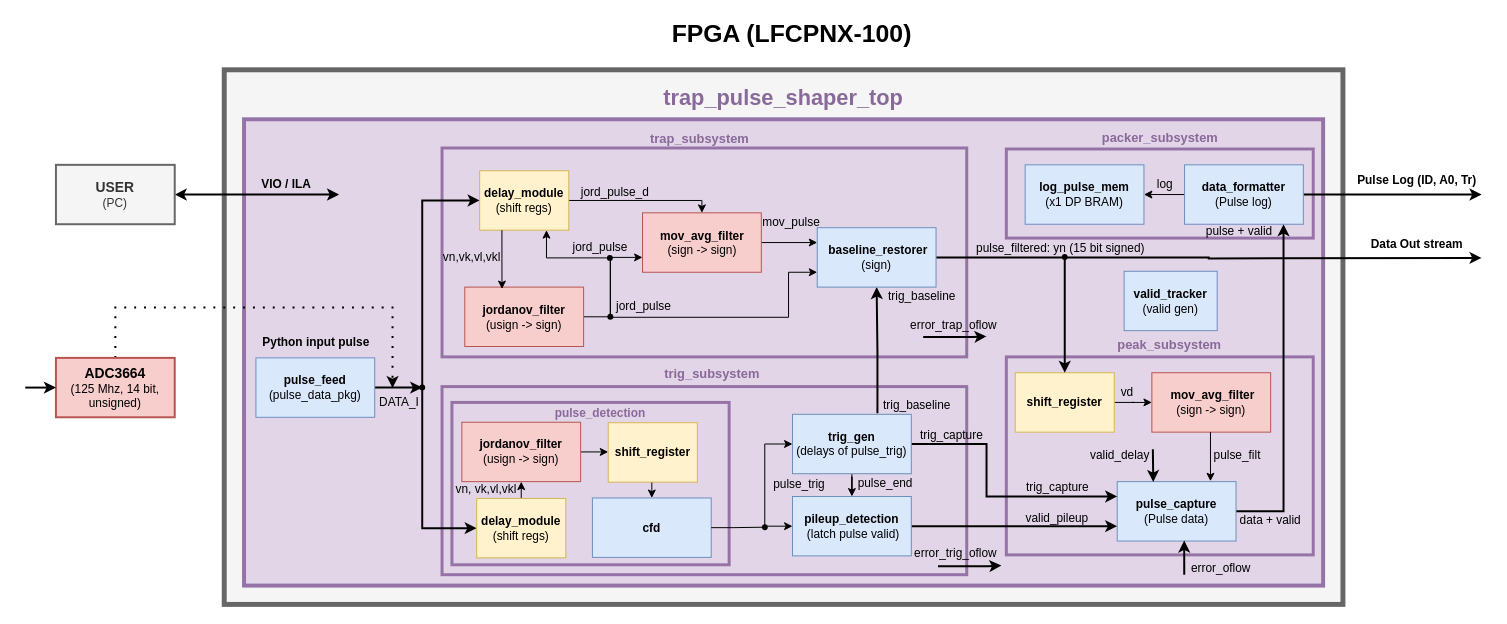
Earlier version of the draw.io diagram docs/Trapezoidal_Pulse_Shaper_BD.drawio (mexarlg/trap_filter). Source tidied: cells renumbered, new cells numbered last; positions are measured from the earlier drawing's top-left corner, leaving out a move shared by most shapes. Both pictures are drawn from the tidied source at 99%, with x=0, y=0 at pixel (25, 17).
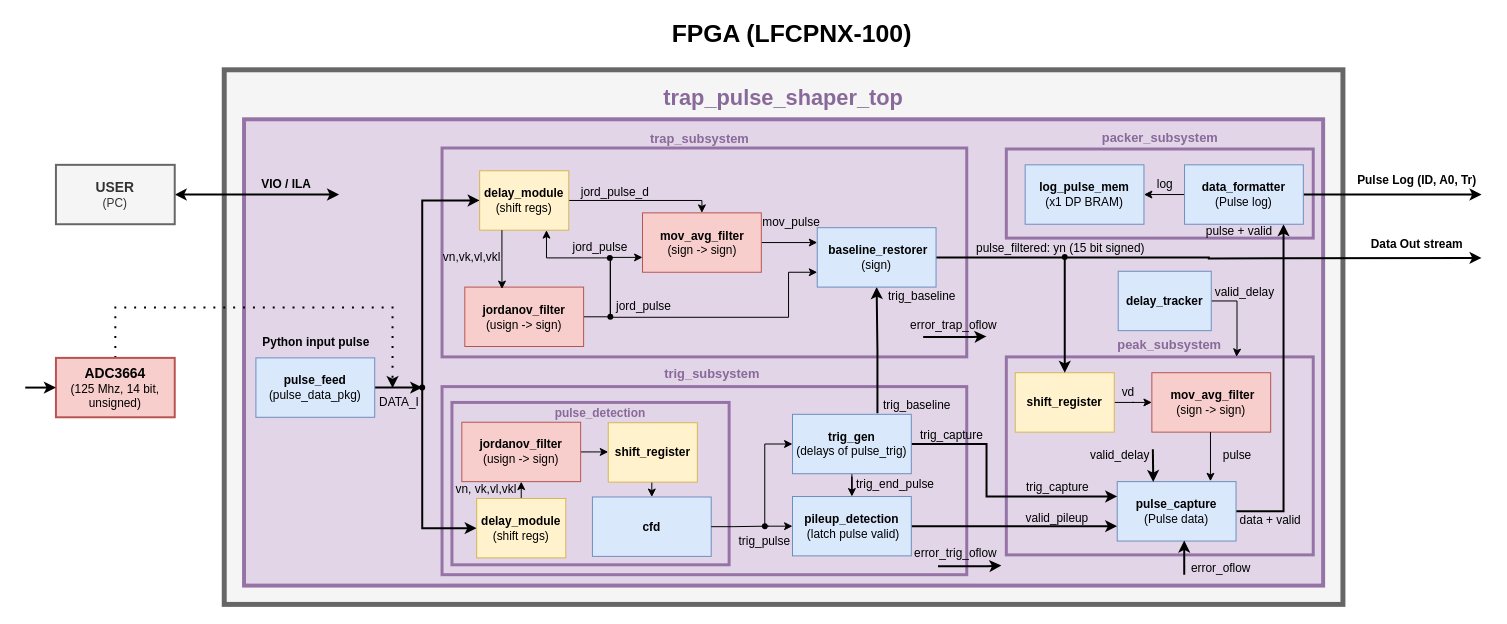
Above is the later version.

Commit message (it also covers changes not shown here):
Added: delay_tracker module to assert validity of most critical delay. Modified top and compilation scripts.

The change refers to these unchanged cells:
```xml
<mxCell id="4" style="rounded=0;whiteSpace=wrap;html=1;fillColor=#e1d5e7;strokeColor=#9673a6;strokeWidth=3;" parent="1" vertex="1">
  <mxGeometry x="991" y="343" width="310" height="200" as="geometry" />
</mxCell>
<mxCell id="18" value="&lt;div&gt;&lt;b&gt;pileup_detection&lt;/b&gt;&lt;/div&gt;&lt;div&gt;&amp;nbsp;(latch pulse valid)&lt;/div&gt;" style="rounded=0;whiteSpace=wrap;html=1;fillColor=#dae8fc;strokeColor=#6c8ebf;" parent="1" vertex="1">
  <mxGeometry x="775" y="484" width="120" height="60" as="geometry" />
</mxCell>
```

Diff of the diagram source:
```diff
@@
-    <mxCell id="39" style="edgeStyle=orthogonalEdgeStyle;rounded=0;jettySize=auto;html=1;entryX=0;entryY=0.5;entryDx=0;entryDy=0;" parent="1" edge="1" source="40" target="18">
+    <mxCell id="39" style="edgeStyle=orthogonalEdgeStyle;rounded=0;jettySize=auto;html=1;entryX=0;entryY=0.5;entryDx=0;entryDy=0;" parent="1" edge="1" target="18">
       <mxGeometry relative="1" as="geometry">
+        <mxPoint x="751" y="514" as="sourcePoint" />
         <Array as="points">
           <mxPoint x="747" y="514" />
         </Array>
       </mxGeometry>
     </mxCell>
     <mxCell id="40" style="shape=waypoint;sketch=0;fillStyle=solid;size=6;points=[];fillColor=none;perimeter=centerPerimeter;snapToPoint=1;" parent="1" vertex="1">
-      <mxGeometry x="737" y="505" width="20" height="20" as="geometry" />
+      <mxGeometry x="737" y="504" width="20" height="20" as="geometry" />
     </mxCell>
@@
-    <mxCell id="52" value="pulse_trig" style="text;html=1;whiteSpace=wrap;strokeColor=none;fillColor=none;align=center;verticalAlign=middle;rounded=0;" parent="1" vertex="1">
-      <mxGeometry x="753" y="468.5" width="58" height="7" as="geometry" />
+    <mxCell id="52" value="trig_pulse" style="text;html=1;whiteSpace=wrap;strokeColor=none;fillColor=none;align=center;verticalAlign=middle;rounded=0;" parent="1" vertex="1">
+      <mxGeometry x="718" y="525" width="58" height="7" as="geometry" />
     </mxCell>
@@
     <mxCell id="54" value="vd&amp;nbsp;" style="text;html=1;whiteSpace=wrap;strokeColor=none;fillColor=none;align=center;verticalAlign=middle;rounded=0;" parent="1" vertex="1">
-      <mxGeometry x="1105" y="372.5" width="20" height="12" as="geometry" />
+      <mxGeometry x="1106" y="372.5" width="20" height="12" as="geometry" />
     </mxCell>
@@
+    <mxCell id="101" style="edgeStyle=orthogonalEdgeStyle;rounded=0;jettySize=auto;html=1;entryX=0.75;entryY=0;entryDx=0;entryDy=0;exitX=1;exitY=0.5;exitDx=0;exitDy=0;" parent="1" edge="1" source="63" target="4">
+      <mxGeometry relative="1" as="geometry">
+        <Array as="points">
+          <mxPoint x="1224" y="286.5" />
+          <mxPoint x="1224" y="336.5" />
+          <mxPoint x="1223.5" y="323" />
+        </Array>
+      </mxGeometry>
+    </mxCell>
-    <mxCell id="63" value="&lt;div&gt;&lt;span style=&quot;background-color: transparent; color: light-dark(rgb(0, 0, 0), rgb(255, 255, 255));&quot;&gt;&lt;b style=&quot;&quot;&gt;&lt;font&gt;valid_tracker&lt;/font&gt;&lt;/b&gt;&lt;/span&gt;&lt;/div&gt;&lt;div&gt;&lt;span style=&quot;background-color: transparent; color: light-dark(rgb(0, 0, 0), rgb(255, 255, 255));&quot;&gt;(valid gen)&lt;/span&gt;&lt;/div&gt;" style="rounded=0;whiteSpace=wrap;html=1;fillColor=#dae8fc;strokeColor=#6c8ebf;" parent="1" vertex="1">
-      <mxGeometry x="1110" y="256.5" width="94" height="60" as="geometry" />
+    <mxCell id="63" value="&lt;div&gt;&lt;span style=&quot;background-color: transparent; color: light-dark(rgb(0, 0, 0), rgb(255, 255, 255));&quot;&gt;&lt;b style=&quot;&quot;&gt;&lt;font&gt;delay_tracker&lt;/font&gt;&lt;/b&gt;&lt;/span&gt;&lt;/div&gt;" style="rounded=0;whiteSpace=wrap;html=1;fillColor=#dae8fc;strokeColor=#6c8ebf;" parent="1" vertex="1">
+      <mxGeometry x="1104" y="256.5" width="94" height="60" as="geometry" />
     </mxCell>
@@
-    <mxCell id="82" value="pulse_filt" style="text;html=1;whiteSpace=wrap;strokeColor=none;fillColor=none;align=center;verticalAlign=middle;rounded=0;" parent="1" vertex="1">
+    <mxCell id="82" value="pulse" style="text;html=1;whiteSpace=wrap;strokeColor=none;fillColor=none;align=center;verticalAlign=middle;rounded=0;" parent="1" vertex="1">
       <mxGeometry x="1211" y="437.8" width="27" height="10.5" as="geometry" />
     </mxCell>
@@
     <mxCell id="89" value="&lt;div&gt;&lt;span style=&quot;background-color: transparent; color: light-dark(rgb(0, 0, 0), rgb(255, 255, 255));&quot;&gt;&lt;b&gt;cfd&lt;/b&gt;&lt;/span&gt;&lt;/div&gt;" style="rounded=0;whiteSpace=wrap;html=1;fillColor=#dae8fc;strokeColor=#6c8ebf;" parent="1" vertex="1">
-      <mxGeometry x="572.9" y="485.5" width="120" height="60" as="geometry" />
+      <mxGeometry x="572.9" y="484.5" width="120" height="60" as="geometry" />
     </mxCell>
@@
-    <mxCell id="92" value="pulse_end" style="text;html=1;whiteSpace=wrap;strokeColor=none;fillColor=none;align=center;verticalAlign=middle;rounded=0;" parent="1" vertex="1">
-      <mxGeometry x="840" y="467.5" width="58" height="7" as="geometry" />
+    <mxCell id="92" value="trig_end_pulse" style="text;html=1;whiteSpace=wrap;strokeColor=none;fillColor=none;align=center;verticalAlign=middle;rounded=0;" parent="1" vertex="1">
+      <mxGeometry x="850" y="468.5" width="58" height="7" as="geometry" />
     </mxCell>
@@
+    <mxCell id="102" value="valid_delay" style="text;html=1;whiteSpace=wrap;strokeColor=none;fillColor=none;align=center;verticalAlign=middle;rounded=0;" parent="1" vertex="1">
+      <mxGeometry x="1208" y="272.5" width="48" height="10.5" as="geometry" />
+    </mxCell>
```
